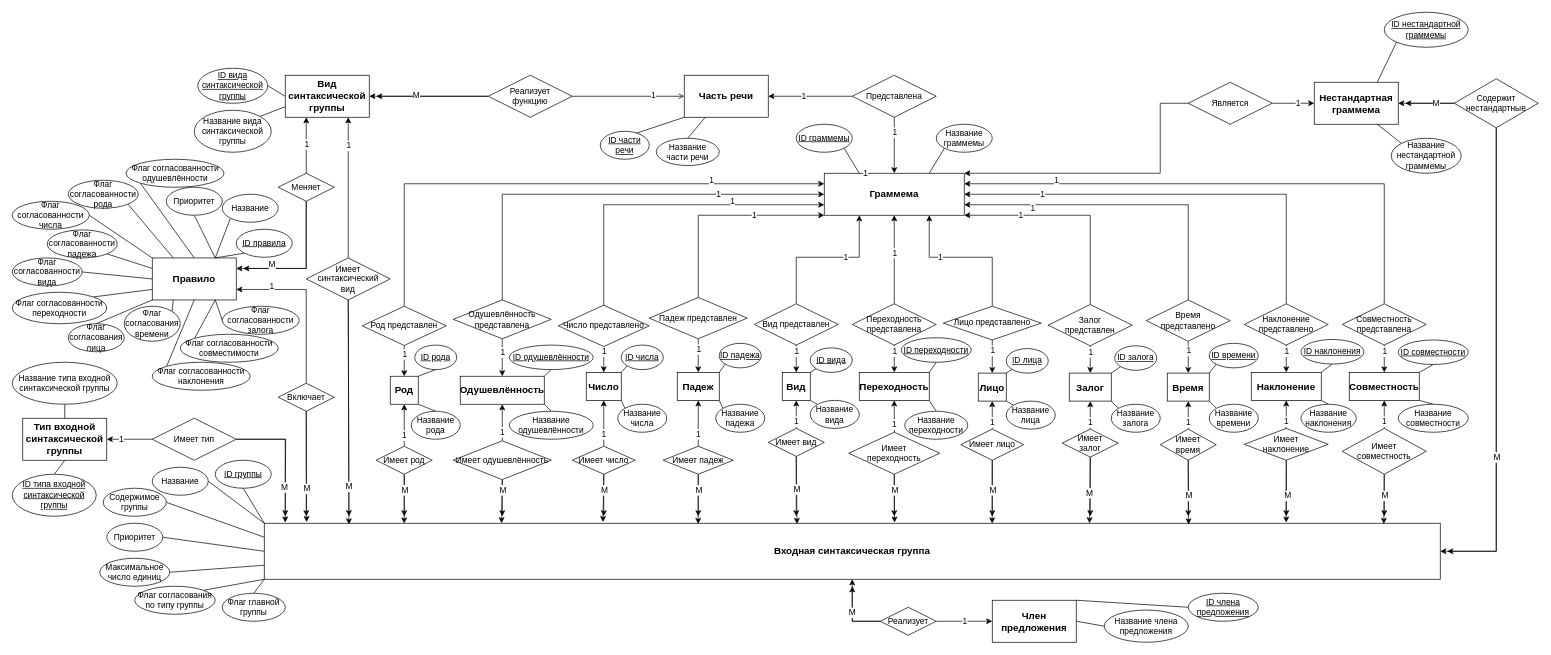
This is Infological.drawio from DMfananddu/Diploma, a draw.io file, before an edit. Source tidied: cells renumbered, new cells numbered last; positions are measured from the earlier drawing's top-left corner, leaving out a move shared by most shapes. Both pictures are drawn from the tidied source at 70%, with x=0, y=0 at pixel (12, 12).
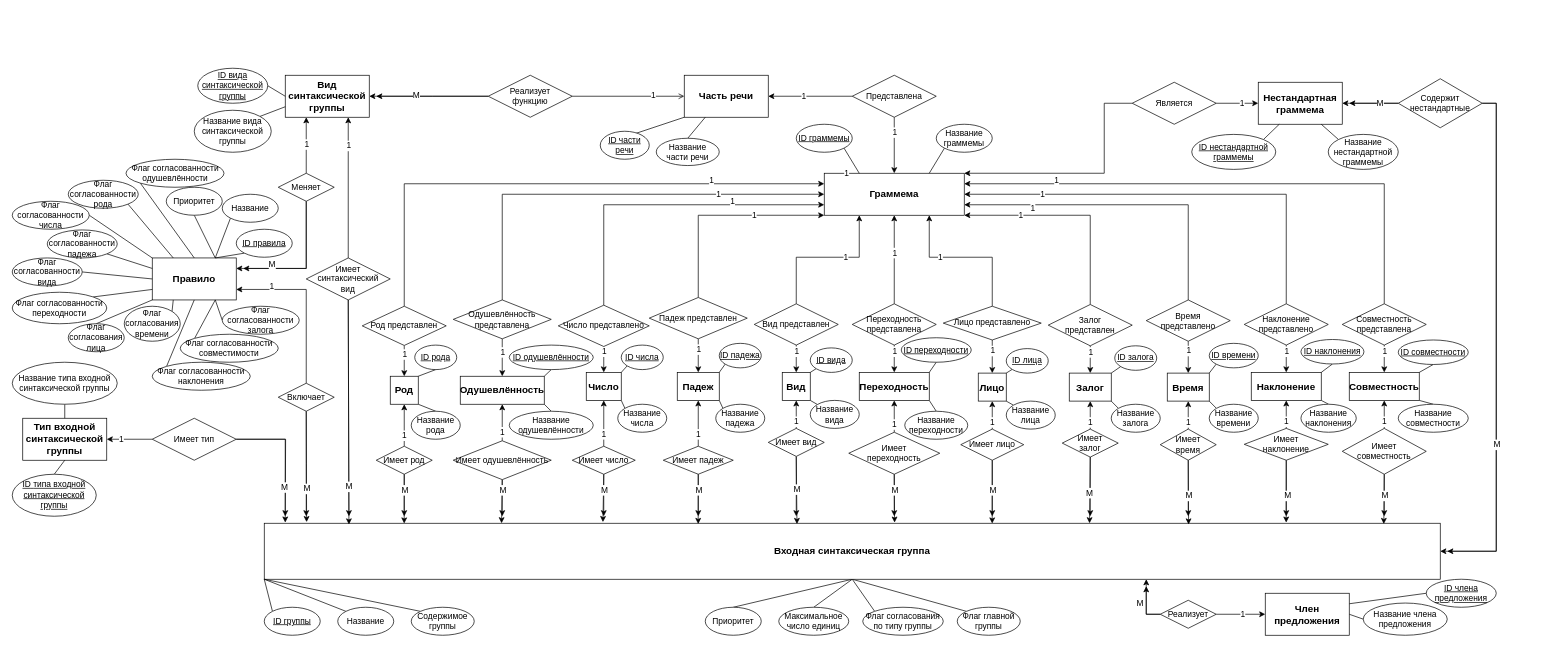
The same page after the edit.

Unchanged cells that the change refers to:
```xml
<mxCell id="2" value="Входная синтаксическая группа" style="rounded=0;whiteSpace=wrap;html=1;fontSize=14;fontStyle=1;" parent="1" vertex="1">
  <mxGeometry x="360" y="730" width="1680" height="80" as="geometry" />
</mxCell>
<mxCell id="103" value="Граммема" style="rounded=0;whiteSpace=wrap;html=1;fontSize=14;fontStyle=1;" parent="1" vertex="1">
  <mxGeometry x="1160" y="230" width="200" height="60" as="geometry" />
</mxCell>
```

Diff of the diagram source:
```diff
@@
+    <mxCell id="305" style="rounded=0;jettySize=auto;html=1;exitX=0.5;exitY=1;exitDx=0;exitDy=0;entryX=0;entryY=0;entryDx=0;entryDy=0;endArrow=none;endFill=0;" parent="1" edge="1" source="2" target="16">
+      <mxGeometry relative="1" as="geometry" />
+    </mxCell>
+    <mxCell id="306" style="edgeStyle=none;rounded=0;jettySize=auto;html=1;exitX=0.5;exitY=1;exitDx=0;exitDy=0;entryX=0.5;entryY=0;entryDx=0;entryDy=0;endArrow=none;endFill=0;" parent="1" edge="1" source="2" target="12">
+      <mxGeometry relative="1" as="geometry" />
+    </mxCell>
+    <mxCell id="307" style="edgeStyle=none;rounded=0;jettySize=auto;html=1;exitX=0.5;exitY=1;exitDx=0;exitDy=0;entryX=0.5;entryY=0;entryDx=0;entryDy=0;endArrow=none;endFill=0;" parent="1" edge="1" source="2" target="8">
+      <mxGeometry relative="1" as="geometry" />
+    </mxCell>
+    <mxCell id="308" style="edgeStyle=none;rounded=0;jettySize=auto;html=1;exitX=0.5;exitY=1;exitDx=0;exitDy=0;entryX=0;entryY=0;entryDx=0;entryDy=0;endArrow=none;endFill=0;" parent="1" edge="1" source="2" target="10">
+      <mxGeometry relative="1" as="geometry" />
+    </mxCell>
@@
-    <mxCell id="3" style="rounded=0;jettySize=auto;html=1;exitX=0.5;exitY=1;exitDx=0;exitDy=0;entryX=0;entryY=0;entryDx=0;entryDy=0;endArrow=none;endFill=0;" parent="1" edge="1" source="4" target="2">
+    <mxCell id="3" style="rounded=0;jettySize=auto;html=1;exitX=0;exitY=0;exitDx=0;exitDy=0;entryX=0;entryY=1;entryDx=0;entryDy=0;endArrow=none;endFill=0;" parent="1" edge="1" source="4" target="2">
       <mxGeometry relative="1" as="geometry" />
     </mxCell>
     <mxCell id="4" value="&lt;u&gt;ID группы&lt;/u&gt;" style="ellipse;whiteSpace=wrap;html=1;" parent="1" vertex="1">
-      <mxGeometry x="290" y="640" width="80" height="40" as="geometry" />
+      <mxGeometry x="360" y="850" width="80" height="40" as="geometry" />
     </mxCell>
-    <mxCell id="5" style="edgeStyle=none;rounded=0;jettySize=auto;html=1;exitX=1;exitY=0.5;exitDx=0;exitDy=0;entryX=0;entryY=0;entryDx=0;entryDy=0;endArrow=none;endFill=0;" parent="1" edge="1" source="6" target="2">
+    <mxCell id="5" style="edgeStyle=none;rounded=0;jettySize=auto;html=1;exitX=0;exitY=0;exitDx=0;exitDy=0;entryX=0;entryY=1;entryDx=0;entryDy=0;endArrow=none;endFill=0;" parent="1" edge="1" source="6" target="2">
       <mxGeometry relative="1" as="geometry" />
     </mxCell>
     <mxCell id="6" value="Название" style="ellipse;whiteSpace=wrap;html=1;" parent="1" vertex="1">
-      <mxGeometry x="200" y="650" width="80" height="40" as="geometry" />
+      <mxGeometry x="465" y="850" width="80" height="40" as="geometry" />
     </mxCell>
-    <mxCell id="7" style="edgeStyle=none;rounded=0;jettySize=auto;html=1;exitX=1;exitY=0.5;exitDx=0;exitDy=0;entryX=0;entryY=0.75;entryDx=0;entryDy=0;endArrow=none;endFill=0;" parent="1" edge="1" source="8" target="2">
-      <mxGeometry relative="1" as="geometry" />
-    </mxCell>
     <mxCell id="8" value="Максимальное число единиц" style="ellipse;whiteSpace=wrap;html=1;" parent="1" vertex="1">
-      <mxGeometry x="125" y="780" width="100" height="40" as="geometry" />
+      <mxGeometry x="1095" y="850" width="100" height="40" as="geometry" />
     </mxCell>
-    <mxCell id="9" style="edgeStyle=none;rounded=0;jettySize=auto;html=1;exitX=1;exitY=0;exitDx=0;exitDy=0;entryX=0;entryY=1;entryDx=0;entryDy=0;endArrow=none;endFill=0;" parent="1" edge="1" source="10" target="2">
-      <mxGeometry relative="1" as="geometry" />
-    </mxCell>
     <mxCell id="10" value="Флаг согласования по типу группы" style="ellipse;whiteSpace=wrap;html=1;" parent="1" vertex="1">
-      <mxGeometry x="175" y="820" width="115" height="40" as="geometry" />
+      <mxGeometry x="1215" y="850" width="115" height="40" as="geometry" />
     </mxCell>
-    <mxCell id="11" style="edgeStyle=none;rounded=0;jettySize=auto;html=1;exitX=1;exitY=0.5;exitDx=0;exitDy=0;entryX=0;entryY=0.5;entryDx=0;entryDy=0;endArrow=none;endFill=0;" parent="1" edge="1" source="12" target="2">
-      <mxGeometry relative="1" as="geometry" />
-    </mxCell>
     <mxCell id="12" value="Приоритет" style="ellipse;whiteSpace=wrap;html=1;" parent="1" vertex="1">
-      <mxGeometry x="135" y="730" width="80" height="40" as="geometry" />
+      <mxGeometry x="990" y="850" width="80" height="40" as="geometry" />
     </mxCell>
-    <mxCell id="13" style="edgeStyle=none;rounded=0;jettySize=auto;html=1;exitX=1;exitY=0.5;exitDx=0;exitDy=0;entryX=0;entryY=0.25;entryDx=0;entryDy=0;endArrow=none;endFill=0;" parent="1" edge="1" source="14" target="2">
+    <mxCell id="13" style="rounded=0;jettySize=auto;html=1;exitX=0;exitY=0;exitDx=0;exitDy=0;entryX=0;entryY=1;entryDx=0;entryDy=0;endArrow=none;endFill=0;" parent="1" edge="1" source="14" target="2">
       <mxGeometry relative="1" as="geometry" />
     </mxCell>
     <mxCell id="14" value="Содержимое группы" style="ellipse;whiteSpace=wrap;html=1;" parent="1" vertex="1">
-      <mxGeometry x="130" y="680" width="90" height="40" as="geometry" />
+      <mxGeometry x="570" y="850" width="90" height="40" as="geometry" />
     </mxCell>
-    <mxCell id="15" style="edgeStyle=none;rounded=0;jettySize=auto;html=1;exitX=0.5;exitY=0;exitDx=0;exitDy=0;entryX=0;entryY=1;entryDx=0;entryDy=0;endArrow=none;endFill=0;" parent="1" edge="1" source="16" target="2">
-      <mxGeometry relative="1" as="geometry" />
-    </mxCell>
     <mxCell id="16" value="Флаг главной группы" style="ellipse;whiteSpace=wrap;html=1;" parent="1" vertex="1">
-      <mxGeometry x="300" y="830" width="90" height="40" as="geometry" />
+      <mxGeometry x="1350" y="850" width="90" height="40" as="geometry" />
     </mxCell>
@@
-    <mxCell id="80" style="edgeStyle=none;rounded=0;jettySize=auto;html=1;exitX=1;exitY=0;exitDx=0;exitDy=0;entryX=0;entryY=0.5;entryDx=0;entryDy=0;endArrow=none;endFill=0;" parent="1" edge="1" source="82" target="89">
+    <mxCell id="80" style="edgeStyle=none;rounded=0;jettySize=auto;html=1;exitX=1;exitY=0.25;exitDx=0;exitDy=0;entryX=0;entryY=0.5;entryDx=0;entryDy=0;endArrow=none;endFill=0;" parent="1" edge="1" source="82" target="89">
       <mxGeometry relative="1" as="geometry" />
     </mxCell>
@@
     <mxCell id="82" value="Член предложения" style="rounded=0;whiteSpace=wrap;html=1;fontSize=14;fontStyle=1;" parent="1" vertex="1">
-      <mxGeometry x="1400" y="840" width="120" height="60" as="geometry" />
+      <mxGeometry x="1790" y="830" width="120" height="60" as="geometry" />
     </mxCell>
-    <mxCell id="83" style="edgeStyle=none;rounded=0;jettySize=auto;html=1;exitX=0;exitY=0.5;exitDx=0;exitDy=0;entryX=0.5;entryY=1;entryDx=0;entryDy=0;endArrow=classic;endFill=1;" parent="1" edge="1" source="88" target="2">
+    <mxCell id="83" style="edgeStyle=none;rounded=0;jettySize=auto;html=1;exitX=0;exitY=0.5;exitDx=0;exitDy=0;entryX=0.75;entryY=1;entryDx=0;entryDy=0;endArrow=classic;endFill=1;" parent="1" edge="1" source="88" target="2">
       <mxGeometry relative="1" as="geometry">
         <Array as="points">
-          <mxPoint x="1200" y="870" />
+          <mxPoint x="1620" y="860" />
         </Array>
       </mxGeometry>
     </mxCell>
@@
-    <mxCell id="86" style="edgeStyle=none;rounded=0;jettySize=auto;html=1;exitX=0;exitY=0.5;exitDx=0;exitDy=0;startArrow=none;startFill=0;endArrow=classic;endFill=1;" parent="1" edge="1" source="88">
-      <mxGeometry relative="1" as="geometry">
-        <mxPoint x="1200" y="820" as="targetPoint" />
-        <Array as="points">
-          <mxPoint x="1200" y="870" />
-        </Array>
-      </mxGeometry>
-    </mxCell>
+    <mxCell id="309" style="edgeStyle=orthogonalEdgeStyle;rounded=0;jettySize=auto;html=1;exitX=0;exitY=0.5;exitDx=0;exitDy=0;endArrow=classic;endFill=1;" parent="1" edge="1" source="88">
+      <mxGeometry relative="1" as="geometry">
+        <mxPoint x="1620" y="820" as="targetPoint" />
+      </mxGeometry>
+    </mxCell>
-    <mxCell id="87" value="М" style="text;html=1;align=center;verticalAlign=middle;labelBackgroundColor=#ffffff;" parent="86" vertex="1">
-      <mxGeometry x="-0.11" y="-13" relative="1" as="geometry">
-        <mxPoint x="-14" y="-13" as="offset" />
+    <mxCell id="87" value="М" style="text;html=1;align=center;verticalAlign=middle;" parent="309" vertex="1">
+      <mxGeometry x="-0.1" y="-16" relative="1" as="geometry">
+        <mxPoint x="-26" y="-8.3" as="offset" />
       </mxGeometry>
     </mxCell>
     <mxCell id="88" value="Реализует" style="rhombus;whiteSpace=wrap;html=1;" parent="1" vertex="1">
-      <mxGeometry x="1240" y="850" width="80" height="40" as="geometry" />
+      <mxGeometry x="1640" y="840" width="80" height="40" as="geometry" />
     </mxCell>
     <mxCell id="89" value="&lt;u&gt;ID члена предложения&lt;/u&gt;" style="ellipse;whiteSpace=wrap;html=1;" parent="1" vertex="1">
-      <mxGeometry x="1680" y="830" width="100" height="40" as="geometry" />
+      <mxGeometry x="2020" y="810" width="100" height="40" as="geometry" />
     </mxCell>
     <mxCell id="90" value="Название члена предложения" style="ellipse;whiteSpace=wrap;html=1;" parent="1" vertex="1">
-      <mxGeometry x="1560" y="854" width="120" height="46" as="geometry" />
+      <mxGeometry x="1930" y="844" width="120" height="46" as="geometry" />
     </mxCell>
-    <mxCell id="91" style="edgeStyle=orthogonalEdgeStyle;rounded=0;jettySize=auto;html=1;entryX=1;entryY=0.5;entryDx=0;entryDy=0;endArrow=classic;endFill=1;exitX=0.5;exitY=1;exitDx=0;exitDy=0;" parent="1" edge="1" source="97" target="2">
+    <mxCell id="91" style="edgeStyle=orthogonalEdgeStyle;rounded=0;jettySize=auto;html=1;entryX=1;entryY=0.5;entryDx=0;entryDy=0;endArrow=classic;endFill=1;exitX=1;exitY=0.5;exitDx=0;exitDy=0;" parent="1" edge="1" source="97" target="2">
       <mxGeometry relative="1" as="geometry">
         <Array as="points">
+          <mxPoint x="2120" y="130" />
           <mxPoint x="2120" y="770" />
         </Array>
       </mxGeometry>
     </mxCell>
@@
     <mxCell id="93" style="edgeStyle=orthogonalEdgeStyle;rounded=0;jettySize=auto;html=1;exitX=0;exitY=0.5;exitDx=0;exitDy=0;startArrow=none;startFill=0;endArrow=classic;endFill=1;" parent="1" edge="1" source="97">
       <mxGeometry relative="1" as="geometry">
-        <mxPoint x="1990" y="130" as="targetPoint" />
+        <mxPoint x="1910" y="130" as="targetPoint" />
       </mxGeometry>
     </mxCell>
@@
-    <mxCell id="95" style="edgeStyle=orthogonalEdgeStyle;rounded=0;jettySize=auto;html=1;exitX=0.5;exitY=1;exitDx=0;exitDy=0;startArrow=none;startFill=0;endArrow=classic;endFill=1;" parent="1" edge="1" source="97">
+    <mxCell id="95" style="edgeStyle=orthogonalEdgeStyle;rounded=0;jettySize=auto;html=1;exitX=1;exitY=0.5;exitDx=0;exitDy=0;startArrow=none;startFill=0;endArrow=classic;endFill=1;" parent="1" edge="1" source="97">
       <mxGeometry relative="1" as="geometry">
         <mxPoint x="2050" y="770" as="targetPoint" />
         <Array as="points">
+          <mxPoint x="2120" y="130" />
           <mxPoint x="2120" y="770" />
         </Array>
       </mxGeometry>
     </mxCell>
@@
     <mxCell id="97" value="Содержит нестандартные&lt;br&gt;" style="rhombus;whiteSpace=wrap;html=1;" parent="1" vertex="1">
-      <mxGeometry x="2060" y="95" width="120" height="70" as="geometry" />
+      <mxGeometry x="1980" y="95" width="120" height="70" as="geometry" />
     </mxCell>
     <mxCell id="98" value="Нестандартная граммема" style="rounded=0;whiteSpace=wrap;html=1;fontSize=14;fontStyle=1;" parent="1" vertex="1">
-      <mxGeometry x="1860" y="100" width="120" height="60" as="geometry" />
+      <mxGeometry x="1780" y="100" width="120" height="60" as="geometry" />
     </mxCell>
-    <mxCell id="99" style="edgeStyle=none;rounded=0;jettySize=auto;html=1;exitX=0;exitY=1;exitDx=0;exitDy=0;entryX=0.75;entryY=0;entryDx=0;entryDy=0;endArrow=none;endFill=0;" parent="1" edge="1" source="100" target="98">
+    <mxCell id="99" style="edgeStyle=none;rounded=0;jettySize=auto;html=1;exitX=1;exitY=0;exitDx=0;exitDy=0;entryX=0.25;entryY=1;entryDx=0;entryDy=0;endArrow=none;endFill=0;" parent="1" edge="1" source="100" target="98">
       <mxGeometry relative="1" as="geometry" />
     </mxCell>
     <mxCell id="100" value="&lt;u&gt;ID нестандартной граммемы&lt;/u&gt;" style="ellipse;whiteSpace=wrap;html=1;" parent="1" vertex="1">
-      <mxGeometry x="1960" width="120" height="50" as="geometry" />
+      <mxGeometry x="1685" y="174.5" width="120" height="50" as="geometry" />
     </mxCell>
@@
     <mxCell id="102" value="Название нестандартной граммемы" style="ellipse;whiteSpace=wrap;html=1;" parent="1" vertex="1">
-      <mxGeometry x="1970" y="180" width="100" height="50" as="geometry" />
+      <mxGeometry x="1880" y="174.5" width="100" height="50" as="geometry" />
     </mxCell>
@@
     <mxCell id="106" style="edgeStyle=orthogonalEdgeStyle;rounded=0;jettySize=auto;html=1;exitX=0;exitY=0.5;exitDx=0;exitDy=0;entryX=1;entryY=0;entryDx=0;entryDy=0;endArrow=classic;endFill=1;" parent="1" edge="1" source="108" target="103">
       <mxGeometry relative="1" as="geometry">
         <Array as="points">
-          <mxPoint x="1640" y="130" />
-          <mxPoint x="1640" y="230" />
+          <mxPoint x="1560" y="130" />
+          <mxPoint x="1560" y="230" />
         </Array>
       </mxGeometry>
     </mxCell>
@@
     <mxCell id="108" value="Является" style="rhombus;whiteSpace=wrap;html=1;" parent="1" vertex="1">
-      <mxGeometry x="1680" y="100" width="120" height="60" as="geometry" />
+      <mxGeometry x="1600" y="100" width="120" height="60" as="geometry" />
     </mxCell>
```
